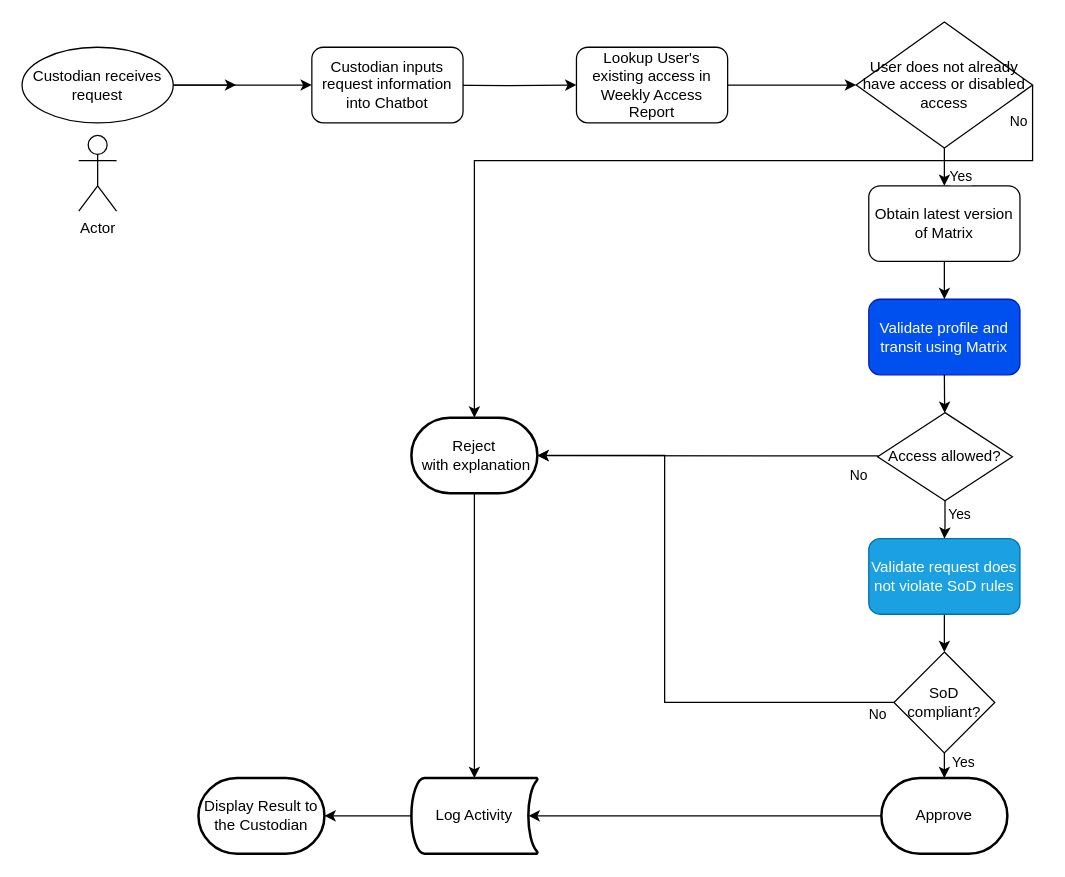
This is CustodianWorkflow.drawio from michaelbarbara/ai-agents-for-beginners, a draw.io file, before an edit. Source tidied: cells renumbered, new cells numbered last; positions are measured from the earlier drawing's top-left corner, leaving out a move shared by most shapes. Both pictures are drawn from the tidied source at 126%, with x=0, y=0 at pixel (21, 21).
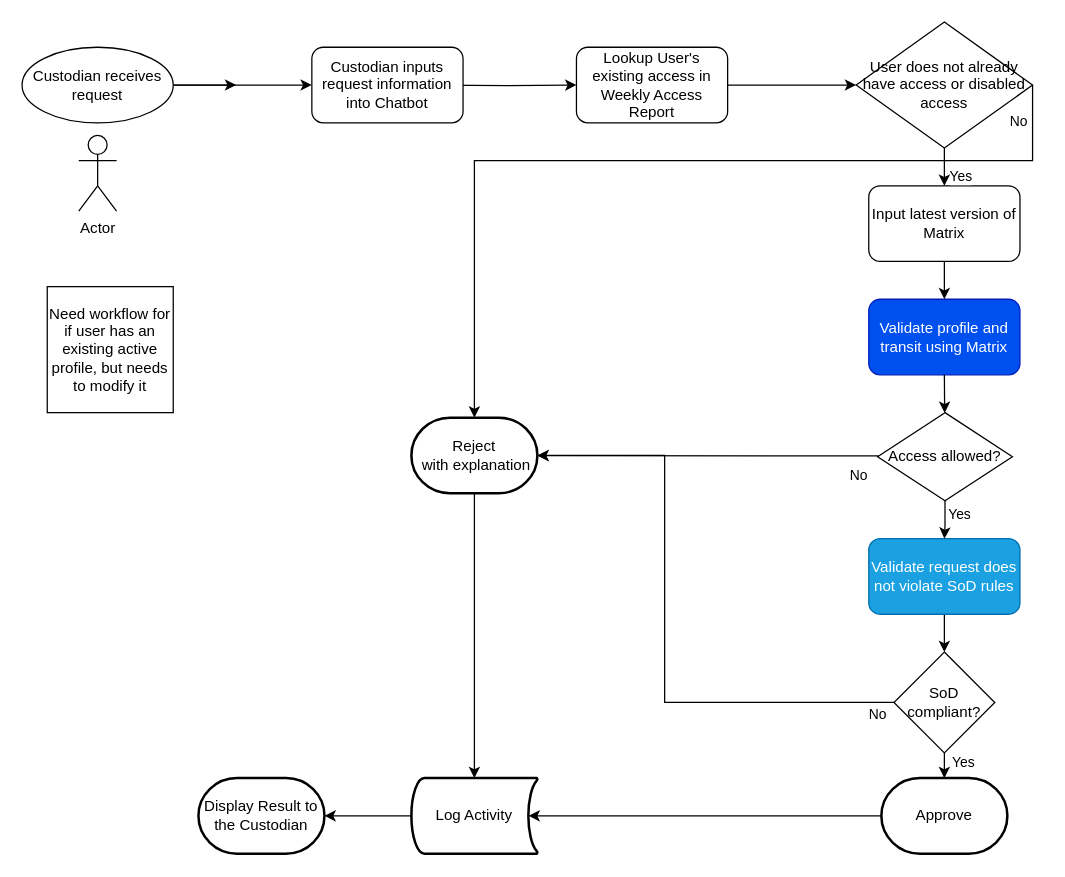
Above is the later version.

The edit, as a diff of the source:
```diff
@@
-    <mxCell id="25" value="Obtain latest version of Matrix" style="rounded=1;whiteSpace=wrap;html=1;" parent="1" vertex="1">
+    <mxCell id="25" value="Input latest version of Matrix" style="rounded=1;whiteSpace=wrap;html=1;" parent="1" vertex="1">
       <mxGeometry x="672" y="130" width="120" height="60" as="geometry" />
     </mxCell>
@@
+    <mxCell id="38" value="Need workflow for if user has an existing active profile, but needs to modify it" style="whiteSpace=wrap;html=1;" parent="1" vertex="1">
+      <mxGeometry x="20" y="210" width="100" height="100" as="geometry" />
+    </mxCell>
```
